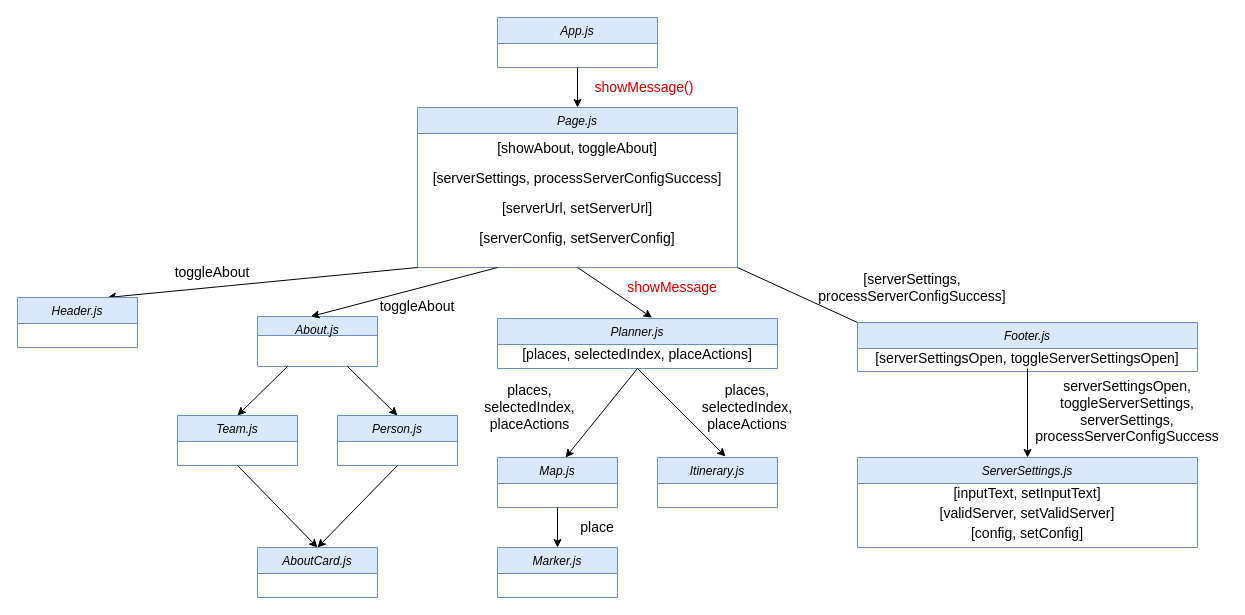
This is reports/images/Component Diagram.drawio from tmanbarton/cs314Project, a draw.io file, before an edit. Source tidied: cells renumbered, new cells numbered last; positions are measured from the earlier drawing's top-left corner, leaving out a move shared by most shapes. Both pictures are drawn from the tidied source at 100%, with x=0, y=0 at pixel (17, 17).
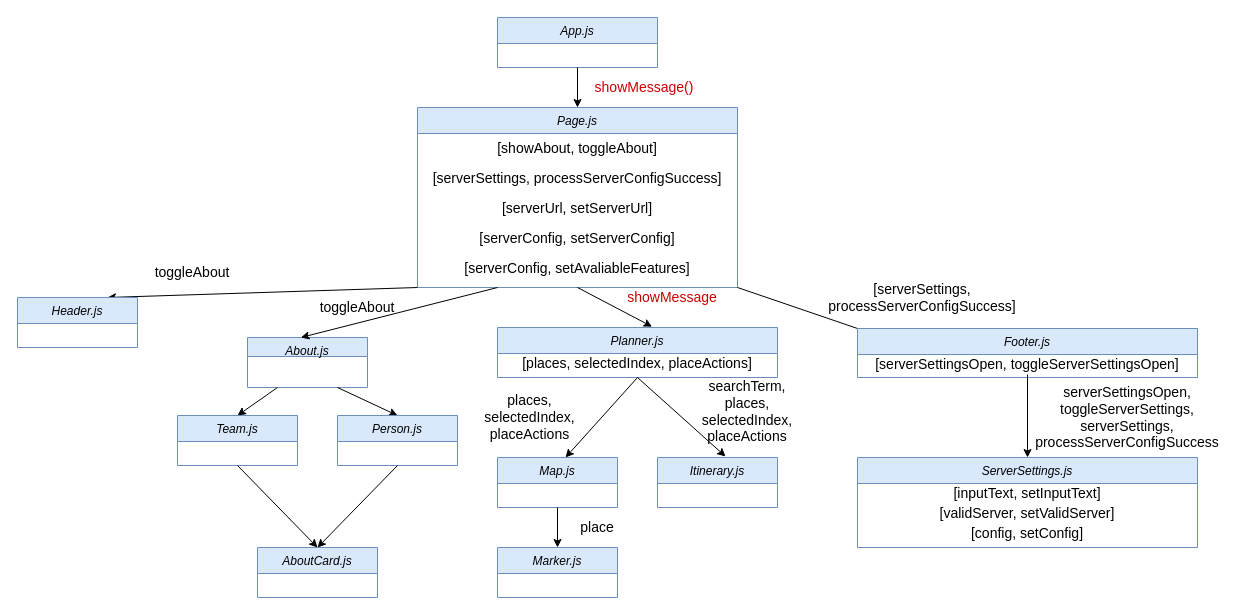
The same page after the edit.

Commit message:
Updated Client Component Diagram

Change to the diagram source:
```diff
@@
     <mxCell id="4" value="Page.js" style="swimlane;fontStyle=2;align=center;verticalAlign=top;horizontal=1;startSize=26;rounded=0;shadow=0;strokeWidth=1;fillColor=#dae8fc;strokeColor=#6c8ebf;" parent="1" vertex="1">
-      <mxGeometry x="400" y="90" width="320" height="160" as="geometry" />
+      <mxGeometry x="400" y="90" width="320" height="180" as="geometry" />
     </mxCell>
@@
+    <mxCell id="46" value="[serverConfig, setAvaliableFeatures]" style="text;html=1;strokeColor=none;fillColor=none;align=center;verticalAlign=middle;whiteSpace=wrap;rounded=0;fontSize=14;" parent="4" vertex="1">
+      <mxGeometry y="146" width="320" height="30" as="geometry" />
+    </mxCell>
@@
     <mxCell id="12" value="toggleAbout" style="text;html=1;strokeColor=none;fillColor=none;align=center;verticalAlign=middle;whiteSpace=wrap;rounded=0;fontSize=14;rotation=0;" parent="1" vertex="1">
-      <mxGeometry x="140" y="240" width="110" height="30" as="geometry" />
+      <mxGeometry x="120" y="240" width="110" height="30" as="geometry" />
     </mxCell>
     <mxCell id="13" value="About.js" style="swimlane;fontStyle=2;align=center;verticalAlign=top;horizontal=1;startSize=19;rounded=0;shadow=0;strokeWidth=1;fillColor=#dae8fc;strokeColor=#6c8ebf;" parent="1" vertex="1">
-      <mxGeometry x="240" y="299" width="120" height="50" as="geometry" />
+      <mxGeometry x="230" y="320" width="120" height="50" as="geometry" />
     </mxCell>
@@
     <mxCell id="15" value="toggleAbout" style="text;html=1;strokeColor=none;fillColor=none;align=center;verticalAlign=middle;whiteSpace=wrap;rounded=0;fontSize=14;rotation=0;" parent="1" vertex="1">
-      <mxGeometry x="350" y="279" width="100" height="20" as="geometry" />
+      <mxGeometry x="290" y="280" width="100" height="20" as="geometry" />
     </mxCell>
     <mxCell id="16" value="Planner.js&#10;" style="swimlane;fontStyle=2;align=center;verticalAlign=top;horizontal=1;startSize=26;rounded=0;shadow=0;strokeWidth=1;fillColor=#dae8fc;strokeColor=#6c8ebf;" parent="1" vertex="1">
-      <mxGeometry x="480" y="301" width="280" height="50" as="geometry" />
+      <mxGeometry x="480" y="310" width="280" height="50" as="geometry" />
     </mxCell>
@@
     <mxCell id="19" value="&lt;span style=&quot;color: rgb(204 , 0 , 0)&quot;&gt;showMessage&lt;/span&gt;" style="text;html=1;strokeColor=none;fillColor=none;align=center;verticalAlign=middle;whiteSpace=wrap;rounded=0;fontSize=14;fontColor=#FF0000;" parent="1" vertex="1">
-      <mxGeometry x="600" y="260" width="110" height="20" as="geometry" />
+      <mxGeometry x="600" y="270" width="110" height="20" as="geometry" />
     </mxCell>
@@
     <mxCell id="21" value="Footer.js" style="swimlane;fontStyle=2;align=center;verticalAlign=top;horizontal=1;startSize=26;rounded=0;shadow=0;strokeWidth=1;fillColor=#dae8fc;strokeColor=#6c8ebf;" parent="1" vertex="1">
-      <mxGeometry x="840" y="305" width="340" height="49" as="geometry" />
+      <mxGeometry x="840" y="311" width="340" height="49" as="geometry" />
     </mxCell>
@@
     <mxCell id="23" value="[serverSettings, &lt;br&gt;processServerConfigSuccess]" style="text;html=1;strokeColor=none;fillColor=none;align=center;verticalAlign=middle;whiteSpace=wrap;rounded=0;fontSize=14;fontColor=#000000;rotation=0;" parent="1" vertex="1">
-      <mxGeometry x="740" y="260" width="310" height="20" as="geometry" />
+      <mxGeometry x="750" y="270" width="310" height="20" as="geometry" />
     </mxCell>
@@
     <mxCell id="35" value="places, &lt;br&gt;selectedIndex, placeActions" style="text;html=1;strokeColor=none;fillColor=none;align=center;verticalAlign=middle;whiteSpace=wrap;rounded=0;rotation=0;fontSize=14;" parent="1" vertex="1">
-      <mxGeometry x="440" y="380" width="145" height="20" as="geometry" />
+      <mxGeometry x="440" y="390" width="145" height="20" as="geometry" />
     </mxCell>
-    <mxCell id="36" value="places, selectedIndex, placeActions" style="text;html=1;strokeColor=none;fillColor=none;align=center;verticalAlign=middle;whiteSpace=wrap;rounded=0;fontSize=14;" parent="1" vertex="1">
-      <mxGeometry x="700" y="380" width="60" height="20" as="geometry" />
+    <mxCell id="36" value="searchTerm,&lt;br&gt;places, selectedIndex, placeActions" style="text;html=1;strokeColor=none;fillColor=none;align=center;verticalAlign=middle;whiteSpace=wrap;rounded=0;fontSize=14;" parent="1" vertex="1">
+      <mxGeometry x="700" y="384" width="60" height="20" as="geometry" />
     </mxCell>
     <mxCell id="37" value="serverSettingsOpen, toggleServerSettings, serverSettings, processServerConfigSuccess" style="text;html=1;strokeColor=none;fillColor=none;align=center;verticalAlign=middle;whiteSpace=wrap;rounded=0;fontSize=14;fontColor=#000000;" parent="1" vertex="1">
-      <mxGeometry x="1010" y="354" width="200" height="80" as="geometry" />
+      <mxGeometry x="1010" y="360" width="200" height="80" as="geometry" />
     </mxCell>
```
